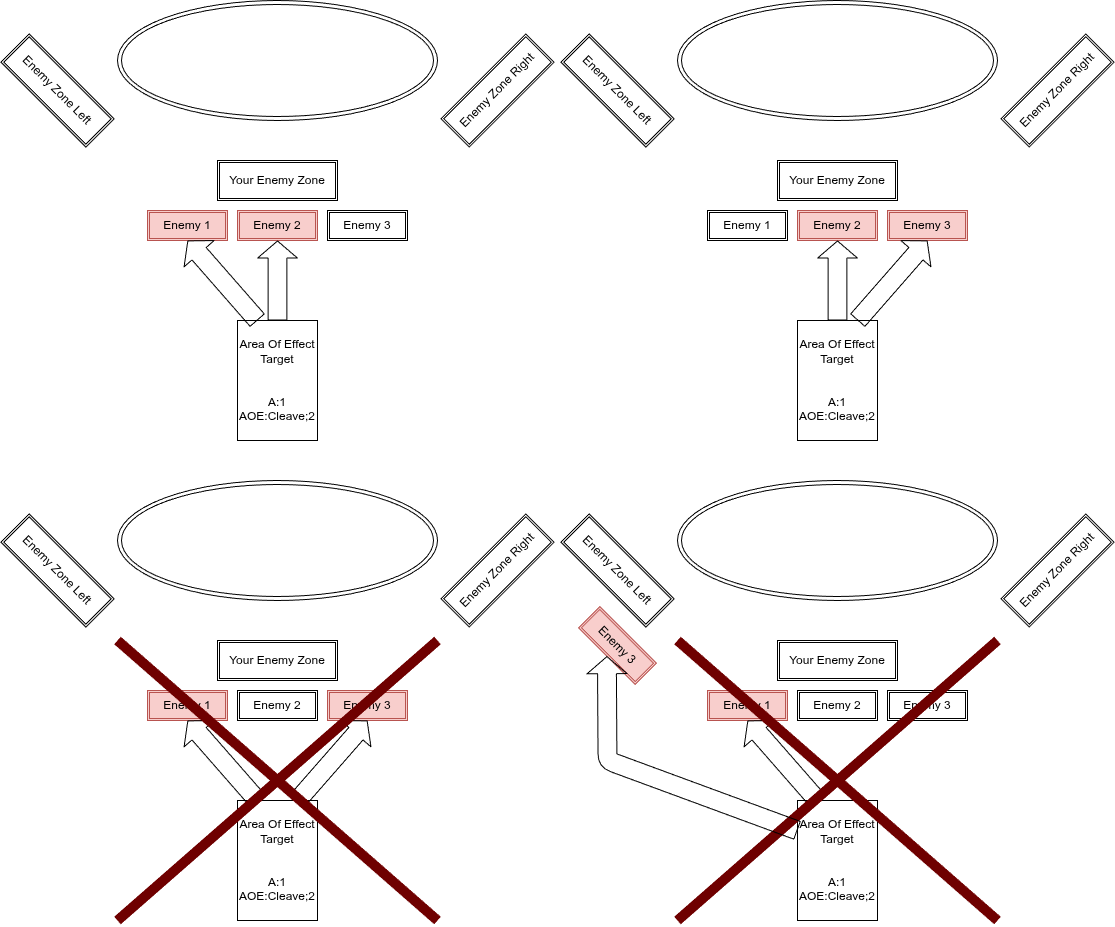
Before: Books/ExplanationPics/TargetingAOE.drawio.png, a diagram exported from draw.io (Mich2024/WheelOfElements). Source tidied: cells renumbered, new cells last; positions are measured from the earlier drawing's top-left corner, leaving out a move shared by most shapes.
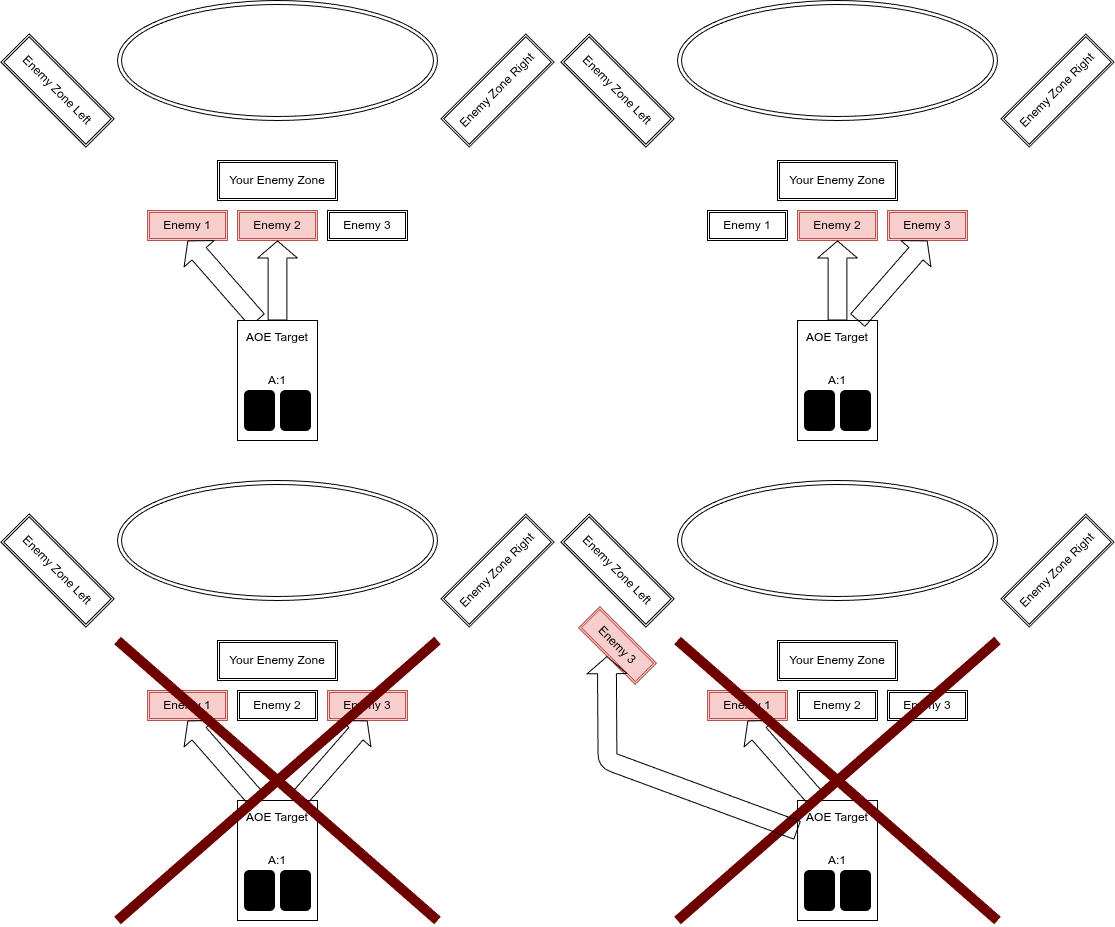
After the commit.

Change to the diagram source:
```diff
@@ -2,6 +2,24 @@
   <root>
     <mxCell id="0" />
     <mxCell id="1" parent="0" />
+    <mxCell id="47" value="&lt;span style=&quot;scrollbar-color: rgb(226, 226, 226) rgb(251, 251, 251); color: rgb(0, 0, 0);&quot;&gt;AOE Target&lt;/span&gt;&lt;br style=&quot;scrollbar-color: rgb(226, 226, 226) rgb(251, 251, 251); color: rgb(63, 63, 63);&quot;&gt;&lt;br style=&quot;scrollbar-color: rgb(226, 226, 226) rgb(251, 251, 251); color: rgb(63, 63, 63);&quot;&gt;&lt;br style=&quot;scrollbar-color: rgb(226, 226, 226) rgb(251, 251, 251); color: rgb(63, 63, 63);&quot;&gt;&lt;span style=&quot;scrollbar-color: rgb(226, 226, 226) rgb(251, 251, 251); color: rgb(0, 0, 0);&quot;&gt;A:1&lt;/span&gt;&lt;br style=&quot;scrollbar-color: rgb(226, 226, 226) rgb(251, 251, 251); color: rgb(63, 63, 63);&quot;&gt;&lt;div&gt;&lt;span style=&quot;scrollbar-color: rgb(226, 226, 226) rgb(251, 251, 251); color: rgb(0, 0, 0);&quot;&gt;&lt;br&gt;&lt;/span&gt;&lt;/div&gt;&lt;div&gt;&lt;span style=&quot;scrollbar-color: rgb(226, 226, 226) rgb(251, 251, 251); color: rgb(0, 0, 0);&quot;&gt;&lt;br&gt;&lt;/span&gt;&lt;/div&gt;&lt;div&gt;&lt;span style=&quot;scrollbar-color: rgb(226, 226, 226) rgb(251, 251, 251); color: rgb(0, 0, 0);&quot;&gt;&lt;br&gt;&lt;/span&gt;&lt;/div&gt;" style="rounded=0;whiteSpace=wrap;html=1;" parent="1" vertex="1">
+      <mxGeometry x="800" y="800" width="80" height="120" as="geometry" />
+    </mxCell>
+    <mxCell id="48" style="rounded=1;whiteSpace=wrap;html=1;fillColor=#000000;" parent="1" vertex="1">
+      <mxGeometry x="807" y="870" width="30" height="40" as="geometry" />
+    </mxCell>
+    <mxCell id="49" style="rounded=1;whiteSpace=wrap;html=1;fillColor=#000000;" parent="1" vertex="1">
+      <mxGeometry x="843" y="870" width="30" height="40" as="geometry" />
+    </mxCell>
+    <mxCell id="50" value="&lt;span style=&quot;scrollbar-color: rgb(226, 226, 226) rgb(251, 251, 251); color: rgb(0, 0, 0);&quot;&gt;AOE Target&lt;/span&gt;&lt;br style=&quot;scrollbar-color: rgb(226, 226, 226) rgb(251, 251, 251); color: rgb(63, 63, 63);&quot;&gt;&lt;br style=&quot;scrollbar-color: rgb(226, 226, 226) rgb(251, 251, 251); color: rgb(63, 63, 63);&quot;&gt;&lt;br style=&quot;scrollbar-color: rgb(226, 226, 226) rgb(251, 251, 251); color: rgb(63, 63, 63);&quot;&gt;&lt;span style=&quot;scrollbar-color: rgb(226, 226, 226) rgb(251, 251, 251); color: rgb(0, 0, 0);&quot;&gt;A:1&lt;/span&gt;&lt;br style=&quot;scrollbar-color: rgb(226, 226, 226) rgb(251, 251, 251); color: rgb(63, 63, 63);&quot;&gt;&lt;div&gt;&lt;span style=&quot;scrollbar-color: rgb(226, 226, 226) rgb(251, 251, 251); color: rgb(0, 0, 0);&quot;&gt;&lt;br&gt;&lt;/span&gt;&lt;/div&gt;&lt;div&gt;&lt;span style=&quot;scrollbar-color: rgb(226, 226, 226) rgb(251, 251, 251); color: rgb(0, 0, 0);&quot;&gt;&lt;br&gt;&lt;/span&gt;&lt;/div&gt;&lt;div&gt;&lt;span style=&quot;scrollbar-color: rgb(226, 226, 226) rgb(251, 251, 251); color: rgb(0, 0, 0);&quot;&gt;&lt;br&gt;&lt;/span&gt;&lt;/div&gt;" style="rounded=0;whiteSpace=wrap;html=1;" parent="1" vertex="1">
+      <mxGeometry x="240" y="800" width="80" height="120" as="geometry" />
+    </mxCell>
+    <mxCell id="51" style="rounded=1;whiteSpace=wrap;html=1;fillColor=#000000;" parent="1" vertex="1">
+      <mxGeometry x="247" y="870" width="30" height="40" as="geometry" />
+    </mxCell>
+    <mxCell id="52" style="rounded=1;whiteSpace=wrap;html=1;fillColor=#000000;" parent="1" vertex="1">
+      <mxGeometry x="283" y="870" width="30" height="40" as="geometry" />
+    </mxCell>
     <mxCell id="2" style="ellipse;shape=doubleEllipse;whiteSpace=wrap;html=1;" parent="1" vertex="1">
       <mxGeometry x="120" width="320" height="120" as="geometry" />
     </mxCell>
@@ -23,14 +41,15 @@
     <mxCell id="8" value="Enemy 3" style="shape=ext;double=1;rounded=0;whiteSpace=wrap;html=1;" parent="1" vertex="1">
       <mxGeometry x="330" y="210" width="80" height="30" as="geometry" />
     </mxCell>
-    <mxCell id="9" value="&lt;span style=&quot;scrollbar-color: rgb(226, 226, 226) rgb(251, 251, 251); color: rgb(0, 0, 0);&quot;&gt;Area Of Effect Target&lt;/span&gt;&lt;br style=&quot;scrollbar-color: rgb(226, 226, 226) rgb(251, 251, 251); color: rgb(63, 63, 63);&quot;&gt;&lt;br style=&quot;scrollbar-color: rgb(226, 226, 226) rgb(251, 251, 251); color: rgb(63, 63, 63);&quot;&gt;&lt;br style=&quot;scrollbar-color: rgb(226, 226, 226) rgb(251, 251, 251); color: rgb(63, 63, 63);&quot;&gt;&lt;span style=&quot;scrollbar-color: rgb(226, 226, 226) rgb(251, 251, 251); color: rgb(0, 0, 0);&quot;&gt;A:1&lt;/span&gt;&lt;br style=&quot;scrollbar-color: rgb(226, 226, 226) rgb(251, 251, 251); color: rgb(63, 63, 63);&quot;&gt;&lt;span style=&quot;scrollbar-color: rgb(226, 226, 226) rgb(251, 251, 251); color: rgb(0, 0, 0);&quot;&gt;AOE:Cleave;2&lt;/span&gt;" style="rounded=0;whiteSpace=wrap;html=1;" parent="1" vertex="1">
-      <mxGeometry x="240" y="320" width="80" height="120" as="geometry" />
-    </mxCell>
-    <mxCell id="10" style="shape=flexArrow;endArrow=classic;html=1;width=18.857142857142858;endSize=5.354285714285714;entryX=0.5;entryY=1;entryDx=0;entryDy=0;exitX=0.5;exitY=0;exitDx=0;exitDy=0;" parent="1" edge="1" source="9" target="6">
-      <mxGeometry relative="1" as="geometry" />
+    <mxCell id="10" style="shape=flexArrow;endArrow=classic;html=1;width=18.857142857142858;endSize=5.354285714285714;entryX=0.5;entryY=1;entryDx=0;entryDy=0;exitX=0.5;exitY=0;exitDx=0;exitDy=0;" parent="1" edge="1" target="6">
+      <mxGeometry relative="1" as="geometry">
+        <mxPoint x="280" y="320" as="sourcePoint" />
+      </mxGeometry>
     </mxCell>
-    <mxCell id="11" style="shape=flexArrow;endArrow=classic;html=1;width=18.857142857142858;endSize=5.354285714285714;entryX=0.5;entryY=1;entryDx=0;entryDy=0;exitX=0.25;exitY=0;exitDx=0;exitDy=0;" parent="1" edge="1" source="9" target="7">
-      <mxGeometry relative="1" as="geometry" />
+    <mxCell id="11" style="shape=flexArrow;endArrow=classic;html=1;width=18.857142857142858;endSize=5.354285714285714;entryX=0.5;entryY=1;entryDx=0;entryDy=0;exitX=0.25;exitY=0;exitDx=0;exitDy=0;" parent="1" edge="1" target="7">
+      <mxGeometry relative="1" as="geometry">
+        <mxPoint x="260" y="320" as="sourcePoint" />
+      </mxGeometry>
     </mxCell>
     <mxCell id="12" style="ellipse;shape=doubleEllipse;whiteSpace=wrap;html=1;" parent="1" vertex="1">
       <mxGeometry x="680" width="320" height="120" as="geometry" />
@@ -53,7 +72,7 @@
     <mxCell id="18" value="Enemy 3" style="shape=ext;double=1;rounded=0;whiteSpace=wrap;html=1;fillColor=#f8cecc;strokeColor=#b85450;" parent="1" vertex="1">
       <mxGeometry x="890" y="210" width="80" height="30" as="geometry" />
     </mxCell>
-    <mxCell id="19" value="&lt;span style=&quot;scrollbar-color: rgb(226, 226, 226) rgb(251, 251, 251); color: rgb(0, 0, 0);&quot;&gt;Area Of Effect Target&lt;/span&gt;&lt;br style=&quot;scrollbar-color: rgb(226, 226, 226) rgb(251, 251, 251); color: rgb(63, 63, 63);&quot;&gt;&lt;br style=&quot;scrollbar-color: rgb(226, 226, 226) rgb(251, 251, 251); color: rgb(63, 63, 63);&quot;&gt;&lt;br style=&quot;scrollbar-color: rgb(226, 226, 226) rgb(251, 251, 251); color: rgb(63, 63, 63);&quot;&gt;&lt;span style=&quot;scrollbar-color: rgb(226, 226, 226) rgb(251, 251, 251); color: rgb(0, 0, 0);&quot;&gt;A:1&lt;/span&gt;&lt;br style=&quot;scrollbar-color: rgb(226, 226, 226) rgb(251, 251, 251); color: rgb(63, 63, 63);&quot;&gt;&lt;span style=&quot;scrollbar-color: rgb(226, 226, 226) rgb(251, 251, 251); color: rgb(0, 0, 0);&quot;&gt;AOE:Cleave;2&lt;/span&gt;" style="rounded=0;whiteSpace=wrap;html=1;" parent="1" vertex="1">
+    <mxCell id="19" value="&lt;span style=&quot;scrollbar-color: rgb(226, 226, 226) rgb(251, 251, 251); color: rgb(0, 0, 0);&quot;&gt;AOE Target&lt;/span&gt;&lt;br style=&quot;scrollbar-color: rgb(226, 226, 226) rgb(251, 251, 251); color: rgb(63, 63, 63);&quot;&gt;&lt;br style=&quot;scrollbar-color: rgb(226, 226, 226) rgb(251, 251, 251); color: rgb(63, 63, 63);&quot;&gt;&lt;br style=&quot;scrollbar-color: rgb(226, 226, 226) rgb(251, 251, 251); color: rgb(63, 63, 63);&quot;&gt;&lt;span style=&quot;scrollbar-color: rgb(226, 226, 226) rgb(251, 251, 251); color: rgb(0, 0, 0);&quot;&gt;A:1&lt;/span&gt;&lt;br style=&quot;scrollbar-color: rgb(226, 226, 226) rgb(251, 251, 251); color: rgb(63, 63, 63);&quot;&gt;&lt;div&gt;&lt;span style=&quot;scrollbar-color: rgb(226, 226, 226) rgb(251, 251, 251); color: rgb(0, 0, 0);&quot;&gt;&lt;br&gt;&lt;/span&gt;&lt;/div&gt;&lt;div&gt;&lt;span style=&quot;scrollbar-color: rgb(226, 226, 226) rgb(251, 251, 251); color: rgb(0, 0, 0);&quot;&gt;&lt;br&gt;&lt;/span&gt;&lt;/div&gt;&lt;div&gt;&lt;span style=&quot;scrollbar-color: rgb(226, 226, 226) rgb(251, 251, 251); color: rgb(0, 0, 0);&quot;&gt;&lt;br&gt;&lt;/span&gt;&lt;/div&gt;" style="rounded=0;whiteSpace=wrap;html=1;" parent="1" vertex="1">
       <mxGeometry x="800" y="320" width="80" height="120" as="geometry" />
     </mxCell>
     <mxCell id="20" style="shape=flexArrow;endArrow=classic;html=1;width=18.857142857142858;endSize=5.354285714285714;entryX=0.5;entryY=1;entryDx=0;entryDy=0;exitX=0.5;exitY=0;exitDx=0;exitDy=0;" parent="1" edge="1" source="19" target="16">
@@ -83,14 +102,15 @@
     <mxCell id="28" value="Enemy 3" style="shape=ext;double=1;rounded=0;whiteSpace=wrap;html=1;fillColor=#f8cecc;strokeColor=#b85450;" parent="1" vertex="1">
       <mxGeometry x="330" y="690" width="80" height="30" as="geometry" />
     </mxCell>
-    <mxCell id="29" value="&lt;span style=&quot;color: rgb(0, 0, 0);&quot;&gt;Area Of Effect Target&lt;/span&gt;&lt;br style=&quot;color: rgb(63, 63, 63); scrollbar-color: rgb(226, 226, 226) rgb(251, 251, 251);&quot;&gt;&lt;br style=&quot;color: rgb(63, 63, 63); scrollbar-color: rgb(226, 226, 226) rgb(251, 251, 251);&quot;&gt;&lt;br style=&quot;color: rgb(63, 63, 63); scrollbar-color: rgb(226, 226, 226) rgb(251, 251, 251);&quot;&gt;&lt;span style=&quot;color: rgb(0, 0, 0);&quot;&gt;A:1&lt;/span&gt;&lt;br style=&quot;color: rgb(63, 63, 63); scrollbar-color: rgb(226, 226, 226) rgb(251, 251, 251);&quot;&gt;&lt;span style=&quot;color: rgb(0, 0, 0);&quot;&gt;AOE:Cleave;2&lt;/span&gt;" style="rounded=0;whiteSpace=wrap;html=1;" parent="1" vertex="1">
-      <mxGeometry x="240" y="800" width="80" height="120" as="geometry" />
-    </mxCell>
-    <mxCell id="30" style="shape=flexArrow;endArrow=classic;html=1;width=18.857142857142858;endSize=5.354285714285714;entryX=0.5;entryY=1;entryDx=0;entryDy=0;exitX=0.25;exitY=0;exitDx=0;exitDy=0;" parent="1" edge="1" source="29" target="27">
-      <mxGeometry relative="1" as="geometry" />
+    <mxCell id="30" style="shape=flexArrow;endArrow=classic;html=1;width=18.857142857142858;endSize=5.354285714285714;entryX=0.5;entryY=1;entryDx=0;entryDy=0;exitX=0.25;exitY=0;exitDx=0;exitDy=0;" parent="1" edge="1" target="27">
+      <mxGeometry relative="1" as="geometry">
+        <mxPoint x="260" y="800" as="sourcePoint" />
+      </mxGeometry>
     </mxCell>
-    <mxCell id="31" style="shape=flexArrow;endArrow=classic;html=1;width=18.857142857142858;endSize=5.354285714285714;entryX=0.5;entryY=1;entryDx=0;entryDy=0;exitX=0.75;exitY=0;exitDx=0;exitDy=0;" parent="1" edge="1" source="29" target="28">
-      <mxGeometry relative="1" as="geometry" />
+    <mxCell id="31" style="shape=flexArrow;endArrow=classic;html=1;width=18.857142857142858;endSize=5.354285714285714;entryX=0.5;entryY=1;entryDx=0;entryDy=0;exitX=0.75;exitY=0;exitDx=0;exitDy=0;" parent="1" edge="1" target="28">
+      <mxGeometry relative="1" as="geometry">
+        <mxPoint x="300" y="800" as="sourcePoint" />
+      </mxGeometry>
     </mxCell>
     <mxCell id="32" style="endArrow=none;html=1;strokeWidth=10;fillColor=#a20025;strokeColor=#6F0000;" parent="1" edge="1">
       <mxGeometry relative="1" as="geometry">
@@ -125,11 +145,10 @@
     <mxCell id="40" value="Enemy 3" style="shape=ext;double=1;rounded=0;whiteSpace=wrap;html=1;" parent="1" vertex="1">
       <mxGeometry x="890" y="690" width="80" height="30" as="geometry" />
     </mxCell>
-    <mxCell id="41" value="Area Of Effect Target&lt;br&gt;&lt;br&gt;&lt;br&gt;A:1&lt;br&gt;AOE:Cleave;2" style="rounded=0;whiteSpace=wrap;html=1;" parent="1" vertex="1">
-      <mxGeometry x="800" y="800" width="80" height="120" as="geometry" />
-    </mxCell>
-    <mxCell id="42" style="shape=flexArrow;endArrow=classic;html=1;width=18.857142857142858;endSize=5.354285714285714;entryX=0.5;entryY=1;entryDx=0;entryDy=0;exitX=0.25;exitY=0;exitDx=0;exitDy=0;" parent="1" edge="1" source="41" target="39">
-      <mxGeometry relative="1" as="geometry" />
+    <mxCell id="42" style="shape=flexArrow;endArrow=classic;html=1;width=18.857142857142858;endSize=5.354285714285714;entryX=0.5;entryY=1;entryDx=0;entryDy=0;exitX=0.25;exitY=0;exitDx=0;exitDy=0;" parent="1" edge="1" target="39">
+      <mxGeometry relative="1" as="geometry">
+        <mxPoint x="820" y="800" as="sourcePoint" />
+      </mxGeometry>
     </mxCell>
     <mxCell id="43" style="endArrow=none;html=1;strokeWidth=10;fillColor=#a20025;strokeColor=#6F0000;" parent="1" edge="1">
       <mxGeometry relative="1" as="geometry">
@@ -146,12 +165,28 @@
     <mxCell id="45" value="Enemy 3" style="shape=ext;double=1;rounded=0;whiteSpace=wrap;html=1;fillColor=#f8cecc;strokeColor=#b85450;rotation=45;" parent="1" vertex="1">
       <mxGeometry x="580" y="630" width="80" height="30" as="geometry" />
     </mxCell>
-    <mxCell id="46" style="shape=flexArrow;endArrow=classic;html=1;width=18.857142857142858;endSize=5.354285714285714;entryX=0.5;entryY=1;entryDx=0;entryDy=0;exitX=0;exitY=0.25;exitDx=0;exitDy=0;" parent="1" edge="1" source="41" target="45">
+    <mxCell id="46" style="shape=flexArrow;endArrow=classic;html=1;width=18.857142857142858;endSize=5.354285714285714;entryX=0.5;entryY=1;entryDx=0;entryDy=0;exitX=0;exitY=0.25;exitDx=0;exitDy=0;" parent="1" edge="1" target="45">
       <mxGeometry relative="1" as="geometry">
+        <mxPoint x="800" y="830" as="sourcePoint" />
         <Array as="points">
           <mxPoint x="610" y="760" />
         </Array>
       </mxGeometry>
     </mxCell>
+    <mxCell id="53" style="rounded=1;whiteSpace=wrap;html=1;fillColor=#000000;" parent="1" vertex="1">
+      <mxGeometry x="807" y="390" width="30" height="40" as="geometry" />
+    </mxCell>
+    <mxCell id="54" style="rounded=1;whiteSpace=wrap;html=1;fillColor=#000000;" parent="1" vertex="1">
+      <mxGeometry x="843" y="390" width="30" height="40" as="geometry" />
+    </mxCell>
+    <mxCell id="55" value="&lt;span style=&quot;scrollbar-color: rgb(226, 226, 226) rgb(251, 251, 251); color: rgb(0, 0, 0);&quot;&gt;AOE Target&lt;/span&gt;&lt;br style=&quot;scrollbar-color: rgb(226, 226, 226) rgb(251, 251, 251); color: rgb(63, 63, 63);&quot;&gt;&lt;br style=&quot;scrollbar-color: rgb(226, 226, 226) rgb(251, 251, 251); color: rgb(63, 63, 63);&quot;&gt;&lt;br style=&quot;scrollbar-color: rgb(226, 226, 226) rgb(251, 251, 251); color: rgb(63, 63, 63);&quot;&gt;&lt;span style=&quot;scrollbar-color: rgb(226, 226, 226) rgb(251, 251, 251); color: rgb(0, 0, 0);&quot;&gt;A:1&lt;/span&gt;&lt;br style=&quot;scrollbar-color: rgb(226, 226, 226) rgb(251, 251, 251); color: rgb(63, 63, 63);&quot;&gt;&lt;div&gt;&lt;span style=&quot;scrollbar-color: rgb(226, 226, 226) rgb(251, 251, 251); color: rgb(0, 0, 0);&quot;&gt;&lt;br&gt;&lt;/span&gt;&lt;/div&gt;&lt;div&gt;&lt;span style=&quot;scrollbar-color: rgb(226, 226, 226) rgb(251, 251, 251); color: rgb(0, 0, 0);&quot;&gt;&lt;br&gt;&lt;/span&gt;&lt;/div&gt;&lt;div&gt;&lt;span style=&quot;scrollbar-color: rgb(226, 226, 226) rgb(251, 251, 251); color: rgb(0, 0, 0);&quot;&gt;&lt;br&gt;&lt;/span&gt;&lt;/div&gt;" style="rounded=0;whiteSpace=wrap;html=1;" parent="1" vertex="1">
+      <mxGeometry x="240" y="320" width="80" height="120" as="geometry" />
+    </mxCell>
+    <mxCell id="56" style="rounded=1;whiteSpace=wrap;html=1;fillColor=#000000;" parent="1" vertex="1">
+      <mxGeometry x="247" y="390" width="30" height="40" as="geometry" />
+    </mxCell>
+    <mxCell id="57" style="rounded=1;whiteSpace=wrap;html=1;fillColor=#000000;" parent="1" vertex="1">
+      <mxGeometry x="283" y="390" width="30" height="40" as="geometry" />
+    </mxCell>
   </root>
 </mxGraphModel>
```
